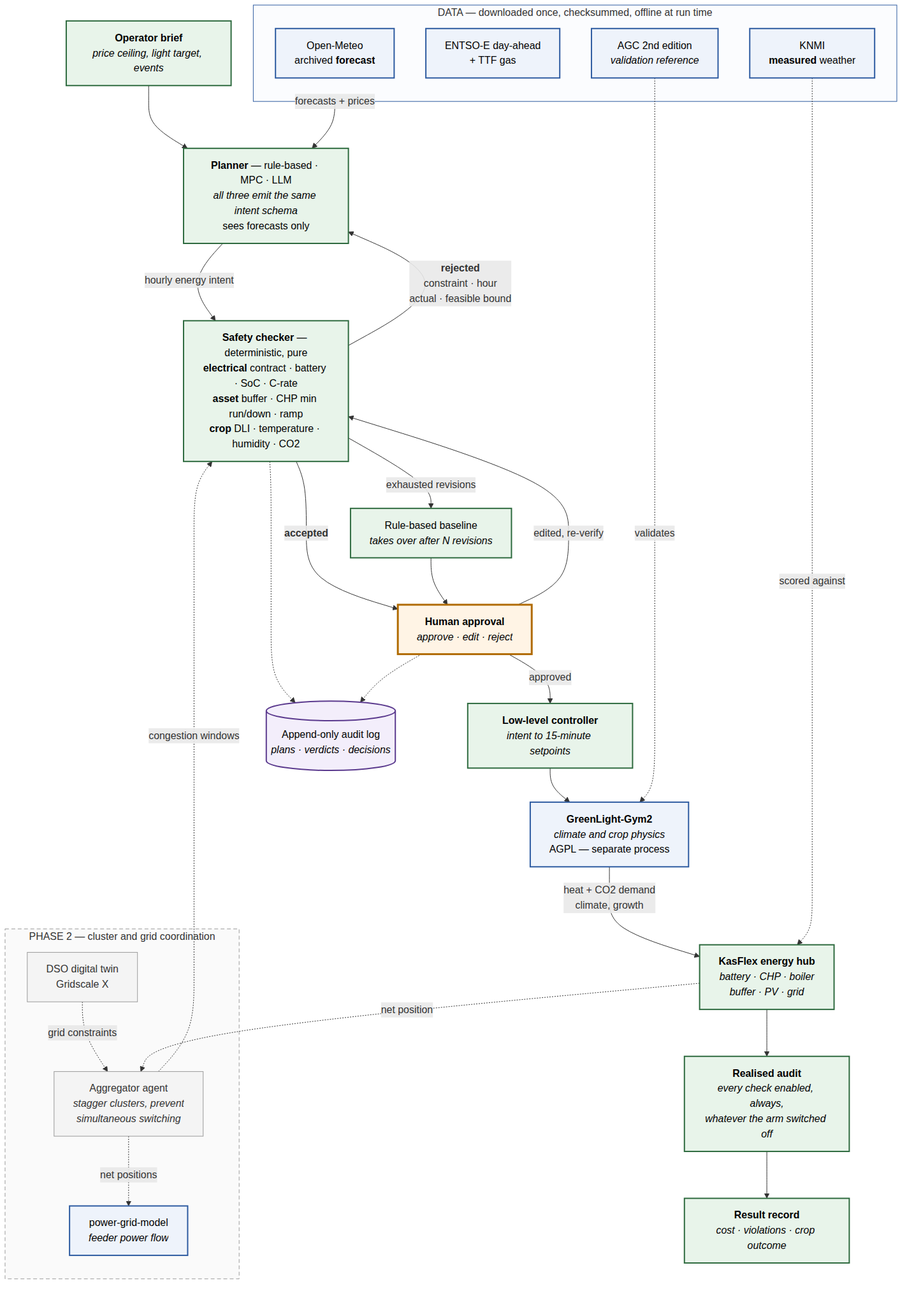
Above: docs/architecture.png in Youw98/test (Mermaid), before the change. Its source is kept beside it as docs/architecture.mmd.
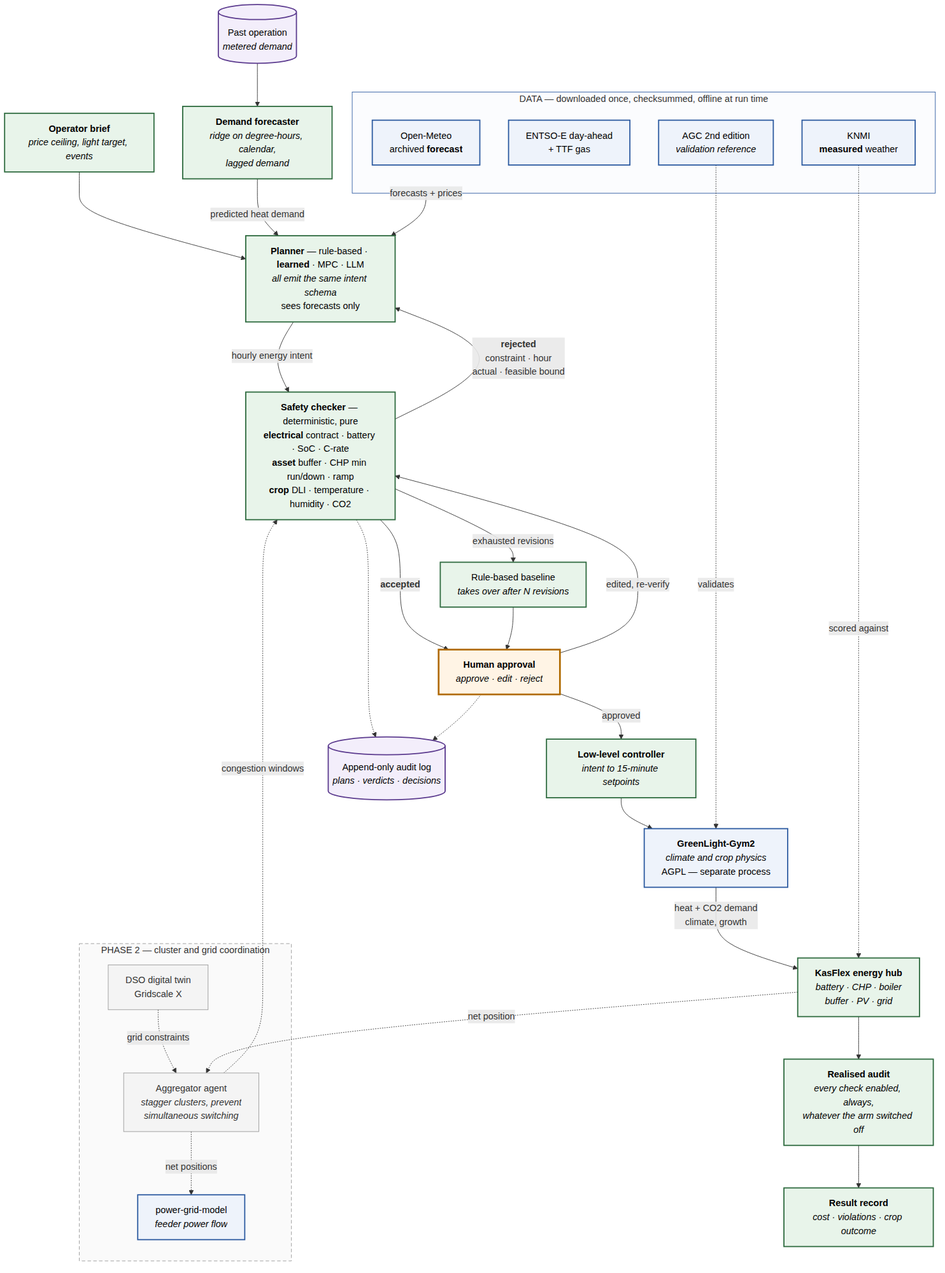
The same file after the commit.

What changed in the source:
```diff
@@ -8,7 +8,9 @@
     end
 
     BRIEF["<b>Operator brief</b><br/><i>price ceiling, light target, events</i>"]
-    PLANNER["<b>Planner</b> — rule-based · MPC · LLM<br/><i>all three emit the same intent schema</i><br/>sees forecasts only"]
+    FORECAST["<b>Demand forecaster</b><br/><i>ridge on degree-hours, calendar,<br/>lagged demand</i>"]
+    METER[("Past operation<br/><i>metered demand</i>")]
+    PLANNER["<b>Planner</b> — rule-based · <b>learned</b> · MPC · LLM<br/><i>all emit the same intent schema</i><br/>sees forecasts only"]
     CHECK["<b>Safety checker</b> — deterministic, pure<br/><b>electrical</b> contract · battery · SoC · C-rate<br/><b>asset</b> buffer · CHP min run/down · ramp<br/><b>crop</b> DLI · temperature · humidity · CO2"]
     FALLBACK["Rule-based baseline<br/><i>takes over after N revisions</i>"]
     HUMAN["<b>Human approval</b><br/><i>approve · edit · reject</i>"]
@@ -30,6 +32,8 @@
 
     DATA -- "forecasts + prices" --> PLANNER
     BRIEF --> PLANNER
+    METER --> FORECAST
+    FORECAST -- "predicted heat demand" --> PLANNER
     PLANNER -- "hourly energy intent" --> CHECK
     CHECK -- "<b>rejected</b><br/>constraint · hour<br/>actual · feasible bound" --> PLANNER
     CHECK -- "exhausted revisions" --> FALLBACK
@@ -58,8 +62,8 @@
     style DATA fill:#fbfcfe,stroke:#2c5aa0,stroke-dasharray:0
     style P2 fill:#fafafa,stroke:#999,stroke-dasharray:6 4
 
-    class PLANNER,CHECK,HUB,LOWLEVEL,AUDIT,RESULT,FALLBACK,BRIEF ours
+    class PLANNER,CHECK,HUB,LOWLEVEL,AUDIT,RESULT,FALLBACK,BRIEF,FORECAST ours
     class GL,PGM,PRICE,FCAST,ACTUAL,AGC theirs
     class DSO,AGG future
     class HUMAN human
-    class LOG store
+    class LOG,METER store
```
